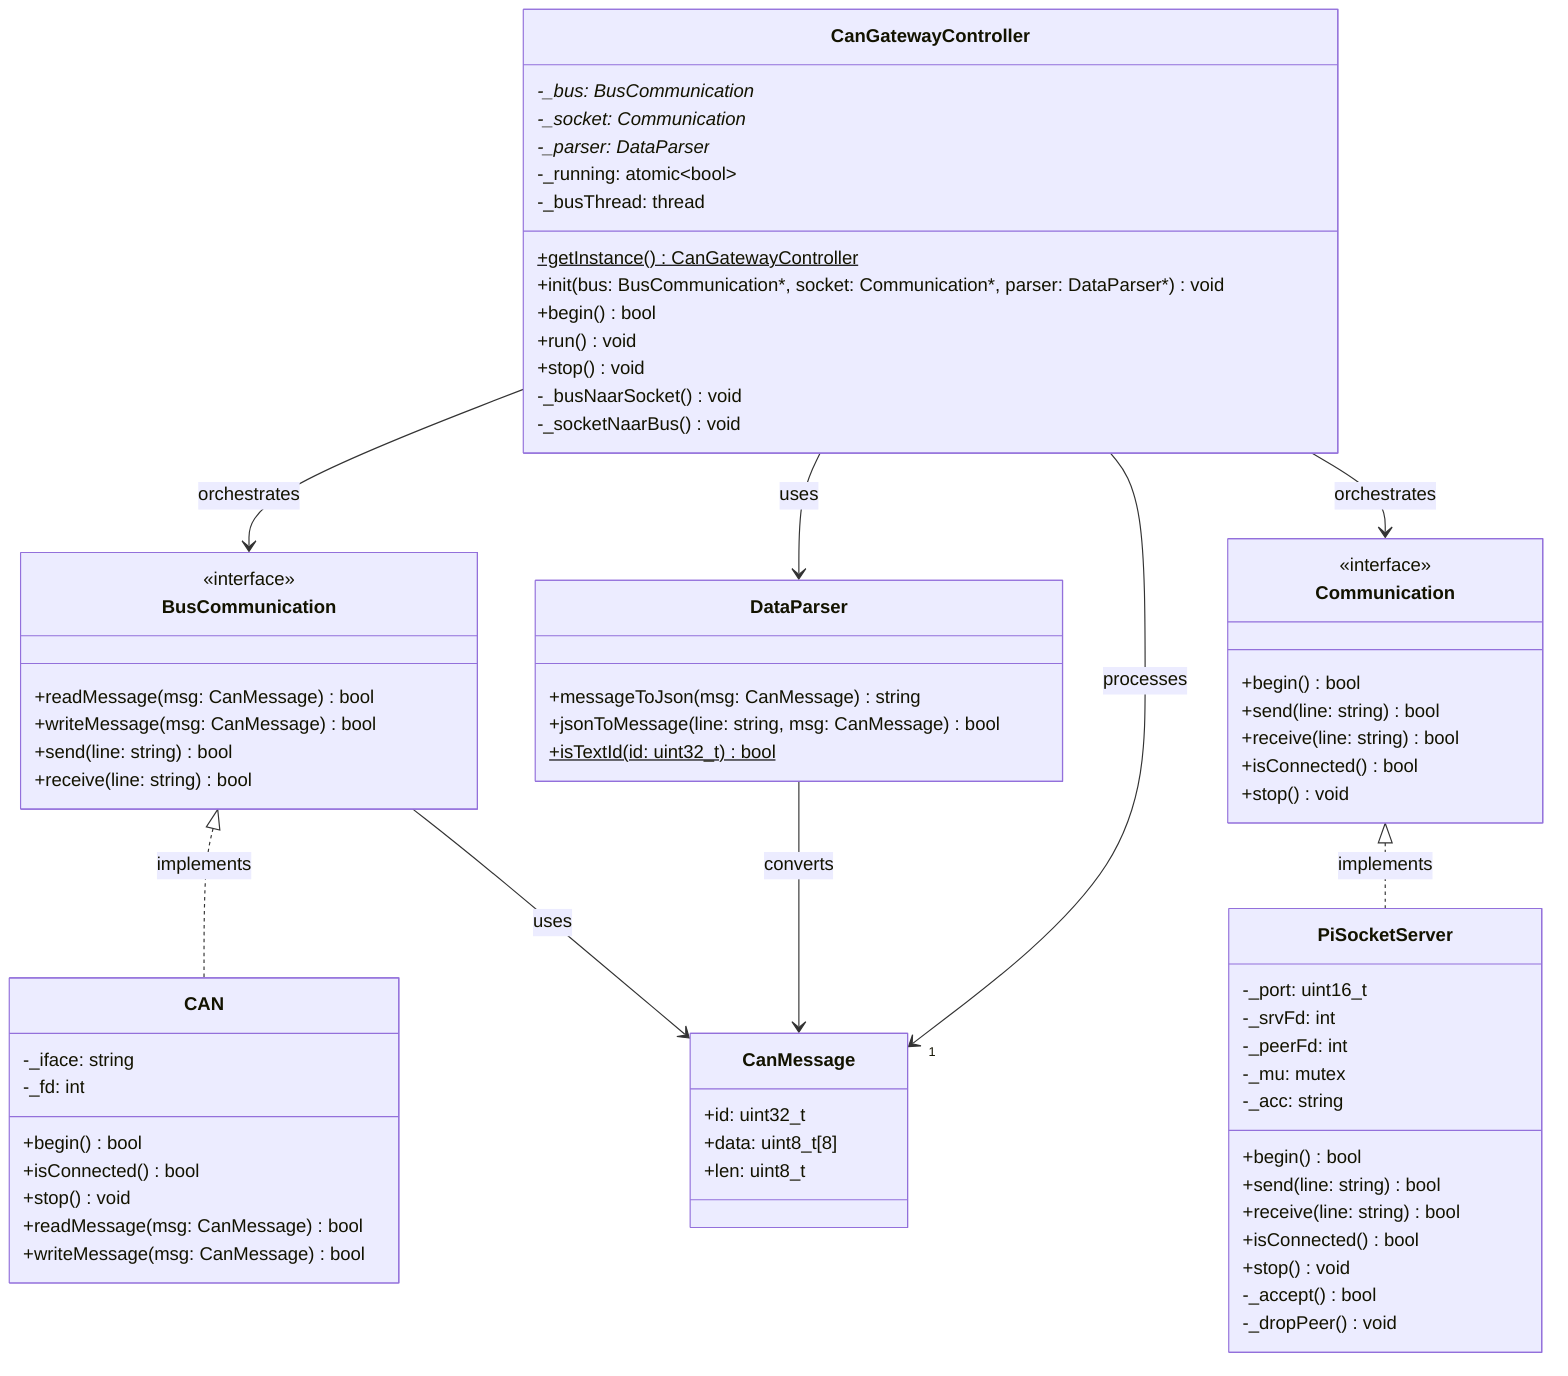
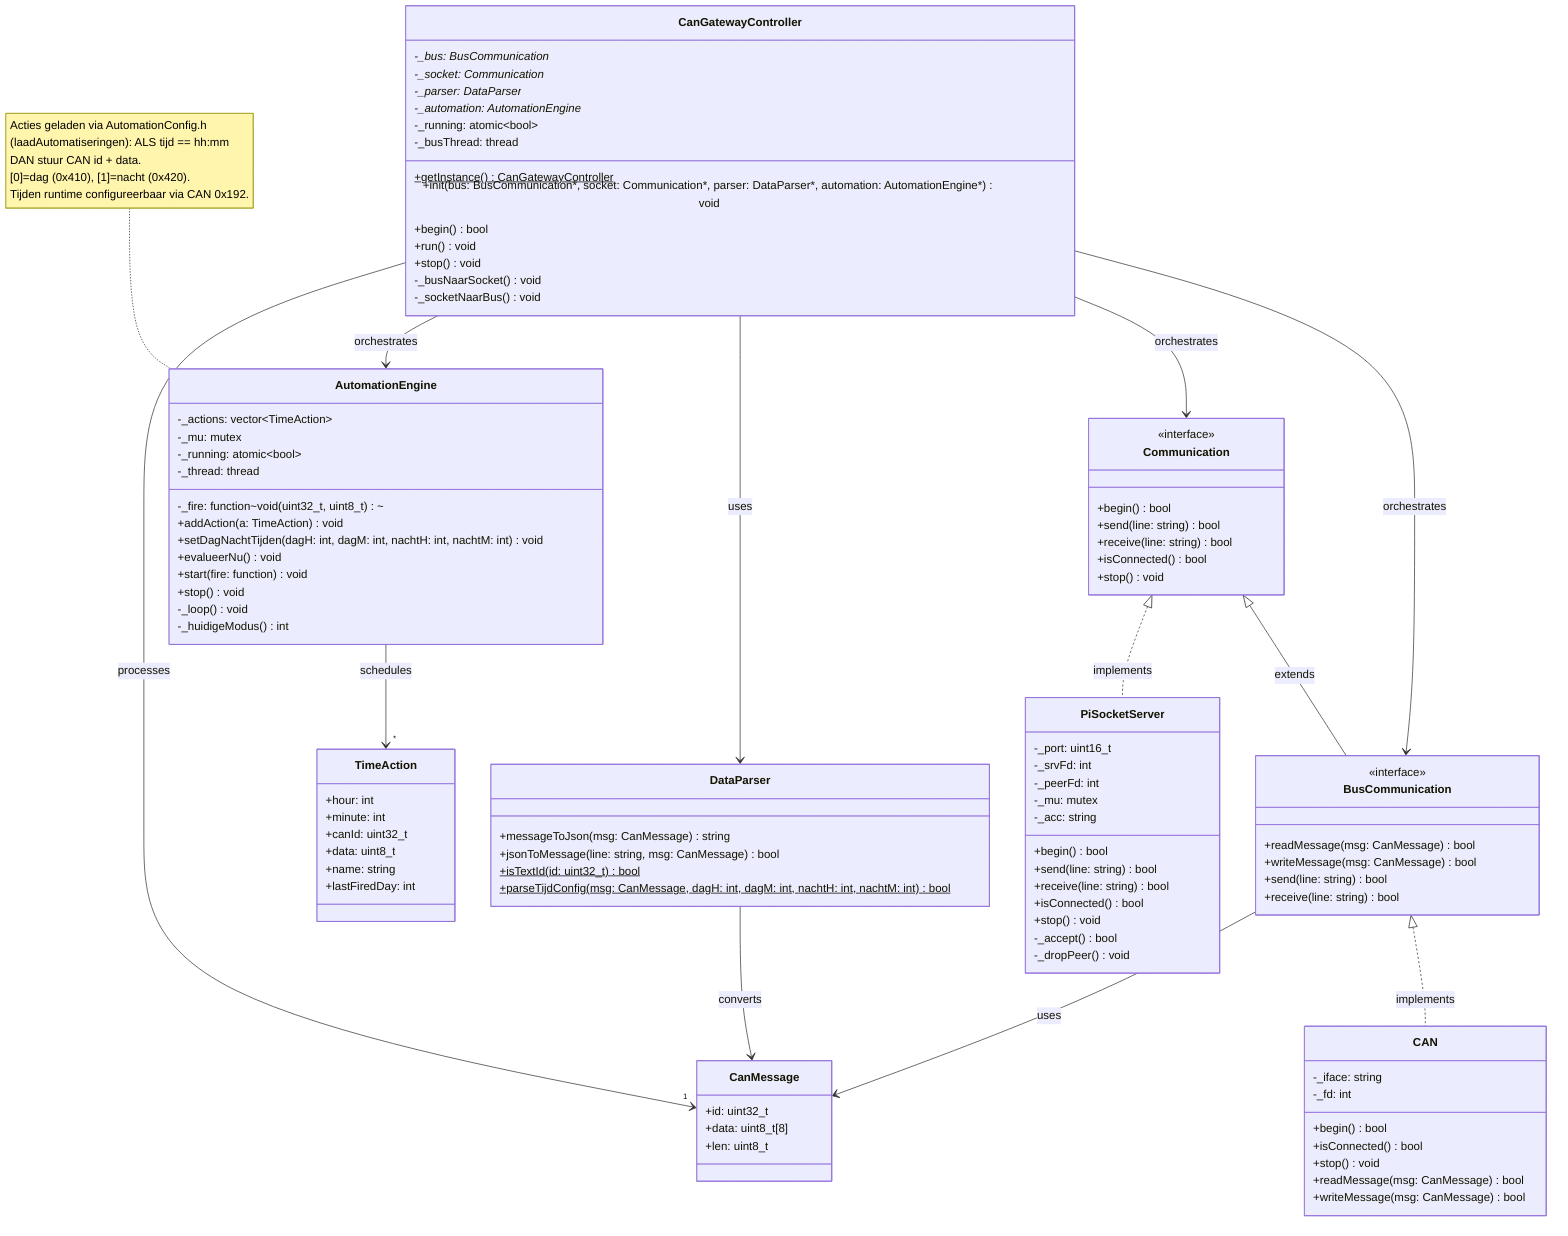
---
references:
  - "File: /PI/Socket-OOP-A/main.cpp"
  - "File: /PI/Socket-OOP-A"
generationTime: 2026-06-12T09:51:59.866Z
---
classDiagram
    %% Interface definitions
    class Communication {
        <<interface>>
        +begin() bool
        +send(line: string) bool
        +receive(line: string) bool
        +isConnected() bool
        +stop() void
    }

    class BusCommunication {
        <<interface>>
        +readMessage(msg: CanMessage) bool
        +writeMessage(msg: CanMessage) bool
        +send(line: string) bool
        +receive(line: string) bool
    }

    %% Data structures
    class CanMessage {
        +id: uint32_t
        +data: uint8_t[8]
        +len: uint8_t
    }

+     class TimeAction {
+         +hour: int
+         +minute: int
+         +canId: uint32_t
+         +data: uint8_t
+         +name: string
+         +lastFiredDay: int
+     }
+ 
    %% Concrete implementations
    class CAN {
        -_iface: string
        -_fd: int
        +begin() bool
        +isConnected() bool
        +stop() void
        +readMessage(msg: CanMessage) bool
        +writeMessage(msg: CanMessage) bool
    }

    class PiSocketServer {
        -_port: uint16_t
        -_srvFd: int
        -_peerFd: int
        -_mu: mutex
        -_acc: string
        +begin() bool
        +send(line: string) bool
        +receive(line: string) bool
        +isConnected() bool
        +stop() void
        -_accept() bool
        -_dropPeer() void
    }

    class DataParser {
        +messageToJson(msg: CanMessage) string
        +jsonToMessage(line: string, msg: CanMessage) bool
        +isTextId(id: uint32_t) bool$
+         +parseTijdConfig(msg: CanMessage, dagH: int, dagM: int, nachtH: int, nachtM: int) bool$
+     }
+ 
+     class AutomationEngine {
+         -_actions: vector~TimeAction~
+         -_mu: mutex
+         -_running: atomic~bool~
+         -_thread: thread
+         -_fire: function~void(uint32_t, uint8_t)~
+         +addAction(a: TimeAction) void
+         +setDagNachtTijden(dagH: int, dagM: int, nachtH: int, nachtM: int) void
+         +evalueerNu() void
+         +start(fire: function) void
+         +stop() void
+         -_loop() void
+         -_huidigeModus() int
    }

    class CanGatewayController {
        -_bus: BusCommunication*
        -_socket: Communication*
        -_parser: DataParser*
+         -_automation: AutomationEngine*
        -_running: atomic~bool~
        -_busThread: thread
        +getInstance() CanGatewayController$
-         +init(bus: BusCommunication*, socket: Communication*, parser: DataParser*) void
+         +init(bus: BusCommunication*, socket: Communication*, parser: DataParser*, automation: AutomationEngine*) void
        +begin() bool
        +run() void
        +stop() void
        -_busNaarSocket() void
        -_socketNaarBus() void
    }

    %% Relationships
+     Communication <|-- BusCommunication : extends
    Communication <|.. PiSocketServer : implements
    BusCommunication <|.. CAN : implements
    BusCommunication --> CanMessage : uses
    DataParser --> CanMessage : converts
+     AutomationEngine --> "*" TimeAction : schedules
    CanGatewayController --> BusCommunication : orchestrates
    CanGatewayController --> Communication : orchestrates
    CanGatewayController --> DataParser : uses
-     CanGatewayController --> "1" CanMessage : processes+     CanGatewayController --> AutomationEngine : orchestrates
+     CanGatewayController --> "1" CanMessage : processes
+ 
+     note for AutomationEngine "Acties geladen via AutomationConfig.h
+ (laadAutomatiseringen): ALS tijd == hh:mm
+ DAN stuur CAN id + data.
+ [0]=dag (0x410), [1]=nacht (0x420).
+ Tijden runtime configureerbaar via CAN 0x192."
